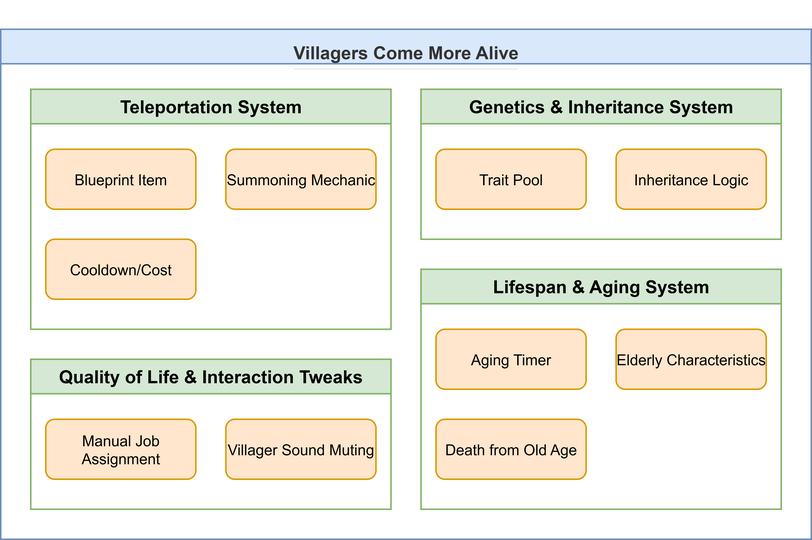
Above: docs/Product Architecture Diagram.png in Viola-Siemens/villagers-come-more-alive (draw.io), before the change. Source tidied: cells renumbered, new cells last; positions are measured from the earlier drawing's top-left corner, leaving out a move shared by most shapes.
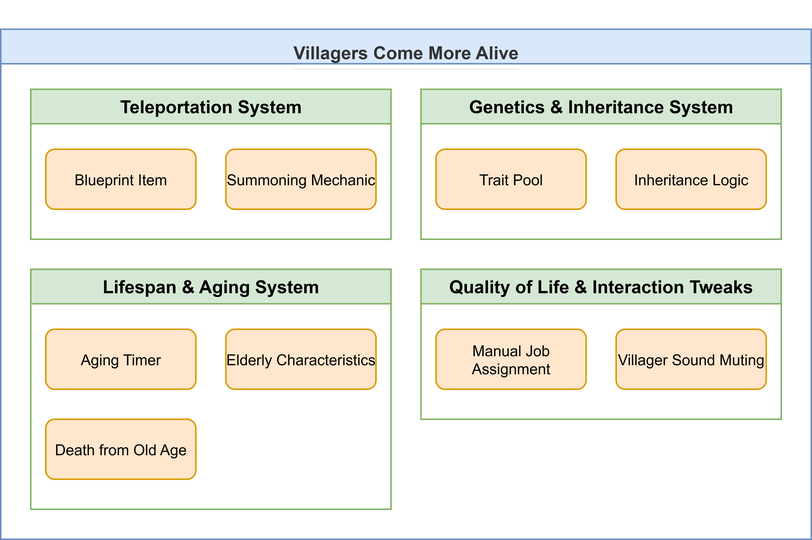
After the commit.

What changed in the source:
```diff
@@ -6,7 +6,7 @@
       <mxGeometry width="540" height="340" as="geometry" />
     </mxCell>
     <mxCell id="3" value="Teleportation System" style="swimlane;whiteSpace=wrap;html=1;fillColor=#d5e8d4;strokeColor=#82b366;" parent="2" vertex="1">
-      <mxGeometry x="20" y="40" width="240" height="160" as="geometry" />
+      <mxGeometry x="20" y="40" width="240" height="100" as="geometry" />
     </mxCell>
     <mxCell id="4" value="Blueprint Item" style="rounded=1;whiteSpace=wrap;html=1;fillColor=#ffe6cc;strokeColor=#d79b00;fontSize=10;" parent="3" vertex="1">
       <mxGeometry x="10" y="40" width="100" height="40" as="geometry" />
@@ -14,9 +14,6 @@
     <mxCell id="5" value="Summoning Mechanic" style="rounded=1;whiteSpace=wrap;html=1;fillColor=#ffe6cc;strokeColor=#d79b00;fontSize=10;spacing=0;" parent="3" vertex="1">
       <mxGeometry x="130" y="40" width="100" height="40" as="geometry" />
     </mxCell>
-    <mxCell id="6" value="Cooldown/Cost" style="rounded=1;whiteSpace=wrap;html=1;fillColor=#ffe6cc;strokeColor=#d79b00;fontSize=10;" parent="3" vertex="1">
-      <mxGeometry x="10" y="100" width="100" height="40" as="geometry" />
-    </mxCell>
     <mxCell id="7" value="Genetics &amp;amp; Inheritance System" style="swimlane;whiteSpace=wrap;html=1;fillColor=#d5e8d4;strokeColor=#82b366;" parent="2" vertex="1">
       <mxGeometry x="280" y="40" width="240" height="100" as="geometry" />
     </mxCell>
@@ -27,7 +24,7 @@
       <mxGeometry x="130" y="40" width="100" height="40" as="geometry" />
     </mxCell>
     <mxCell id="10" value="Lifespan &amp;amp; Aging System" style="swimlane;whiteSpace=wrap;html=1;fillColor=#d5e8d4;strokeColor=#82b366;startSize=23;" parent="2" vertex="1">
-      <mxGeometry x="280" y="160" width="240" height="160" as="geometry" />
+      <mxGeometry x="20" y="160" width="240" height="160" as="geometry" />
     </mxCell>
     <mxCell id="11" value="Aging Timer" style="rounded=1;whiteSpace=wrap;html=1;fillColor=#ffe6cc;strokeColor=#d79b00;fontSize=10;" parent="10" vertex="1">
       <mxGeometry x="10" y="40" width="100" height="40" as="geometry" />
@@ -39,7 +36,7 @@
       <mxGeometry x="10" y="100" width="100" height="40" as="geometry" />
     </mxCell>
     <mxCell id="14" value="Quality of Life &amp;amp; Interaction Tweaks" style="swimlane;whiteSpace=wrap;html=1;fillColor=#d5e8d4;strokeColor=#82b366;" parent="2" vertex="1">
-      <mxGeometry x="20" y="220" width="240" height="100" as="geometry" />
+      <mxGeometry x="280" y="160" width="240" height="100" as="geometry" />
     </mxCell>
     <mxCell id="15" value="Manual Job Assignment" style="rounded=1;whiteSpace=wrap;html=1;fillColor=#ffe6cc;strokeColor=#d79b00;fontSize=10;" parent="14" vertex="1">
       <mxGeometry x="10" y="40" width="100" height="40" as="geometry" />
```
